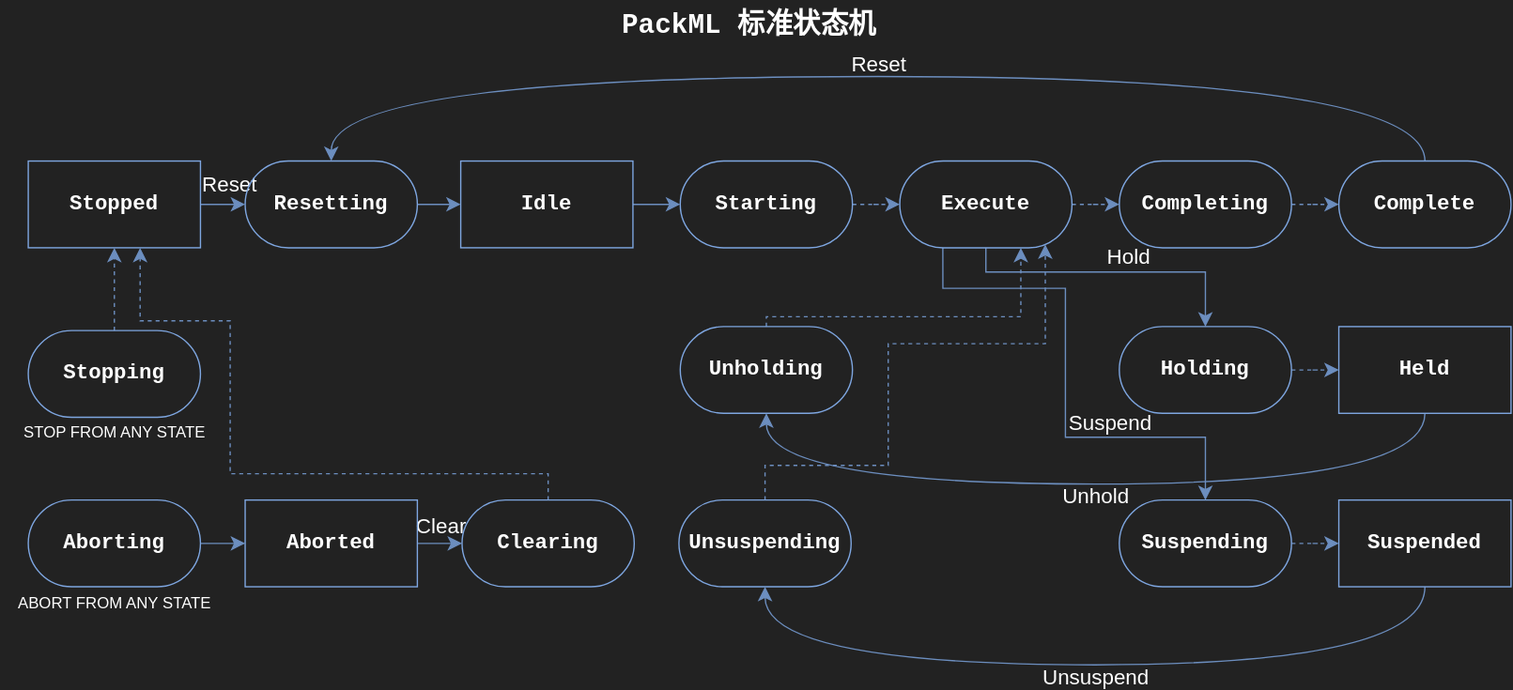
Stolorzs/Picgo keeps this draw.io diagram as drawio/PackMLState.svg. Above is the earlier version. Source tidied: cells renumbered, new cells last; positions are measured from the earlier drawing's top-left corner, leaving out a move shared by most shapes.
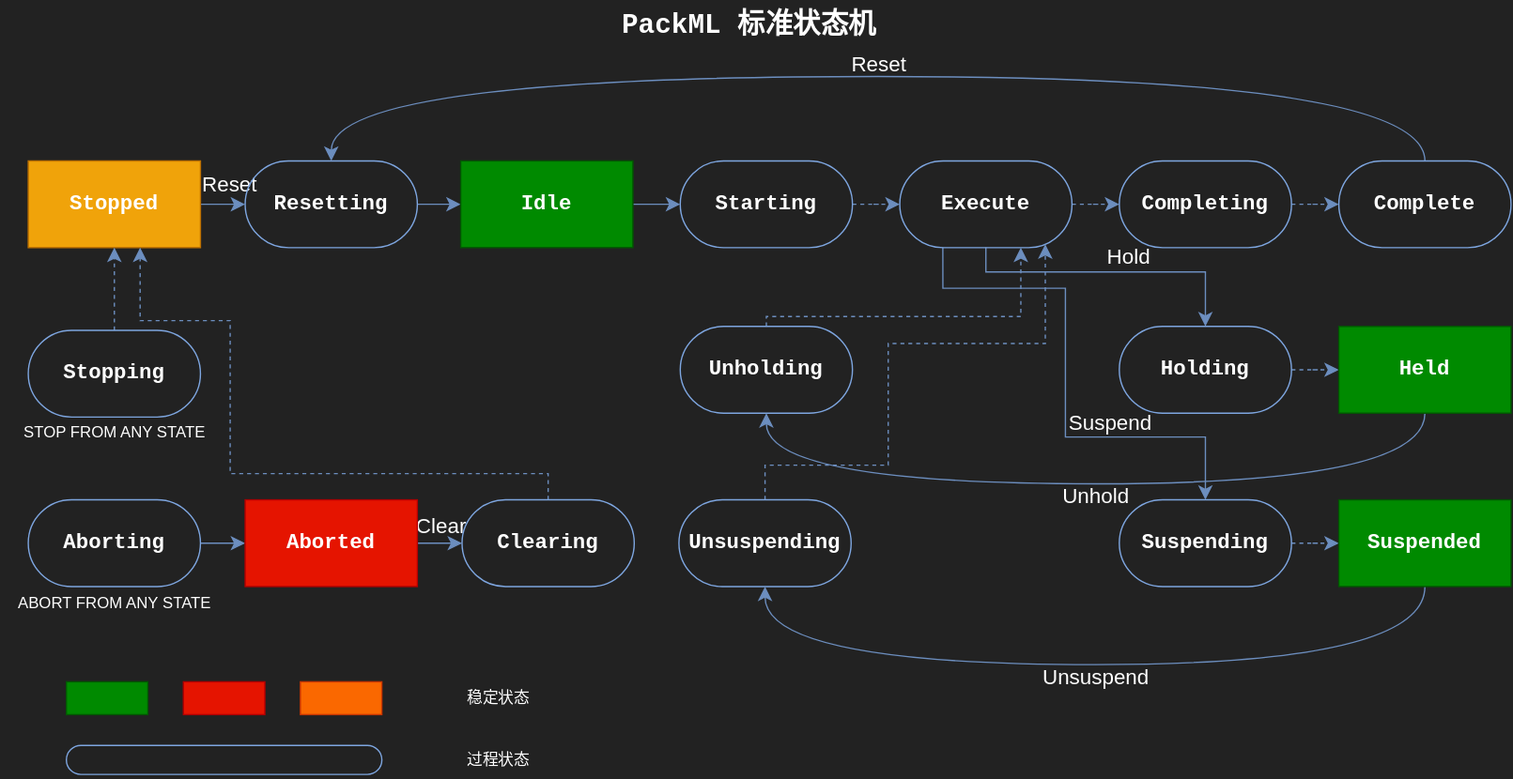
After the change.

What changed in the source:
```diff
@@ -10,7 +10,7 @@
         <mxPoint x="5" y="-15" as="offset" />
       </mxGeometry>
     </mxCell>
-    <mxCell id="4" value="&lt;font color=&quot;#ffffff&quot;&gt;&lt;span style=&quot;font-size: 16px;&quot;&gt;Stopped&lt;/span&gt;&lt;/font&gt;" style="rounded=0;whiteSpace=wrap;html=1;strokeColor=#7EA6E0;align=center;verticalAlign=middle;fontFamily=Courier New;fontSize=12;fontColor=default;fontStyle=1;labelBackgroundColor=none;fillColor=none;" parent="1" vertex="1">
+    <mxCell id="4" value="&lt;font color=&quot;#ffffff&quot;&gt;&lt;span style=&quot;font-size: 16px;&quot;&gt;Stopped&lt;/span&gt;&lt;/font&gt;" style="rounded=0;whiteSpace=wrap;html=1;strokeColor=#BD7000;align=center;verticalAlign=middle;fontFamily=Courier New;fontSize=12;fontColor=#000000;fontStyle=1;labelBackgroundColor=none;fillColor=#f0a30a;" parent="1" vertex="1">
       <mxGeometry x="21" y="122" width="131" height="66" as="geometry" />
     </mxCell>
     <mxCell id="5" style="edgeStyle=orthogonalEdgeStyle;shape=connector;rounded=0;jettySize=auto;html=1;strokeColor=#6c8ebf;align=center;verticalAlign=middle;fontFamily=Helvetica;fontSize=12;fontColor=default;labelBackgroundColor=default;startSize=8;endArrow=classic;endSize=8;fillColor=#dae8fc;" parent="1" edge="1" source="6" target="8">
@@ -22,7 +22,7 @@
     <mxCell id="7" style="edgeStyle=orthogonalEdgeStyle;shape=connector;rounded=0;jettySize=auto;html=1;strokeColor=#6c8ebf;align=center;verticalAlign=middle;fontFamily=Helvetica;fontSize=12;fontColor=default;labelBackgroundColor=default;startSize=8;endArrow=classic;endSize=8;fillColor=#dae8fc;" parent="1" edge="1" source="8" target="10">
       <mxGeometry relative="1" as="geometry" />
     </mxCell>
-    <mxCell id="8" value="&lt;font color=&quot;#ffffff&quot;&gt;&lt;span style=&quot;font-size: 16px;&quot;&gt;Idle&lt;/span&gt;&lt;/font&gt;" style="rounded=0;whiteSpace=wrap;html=1;strokeColor=#7EA6E0;align=center;verticalAlign=middle;fontFamily=Courier New;fontSize=12;fontColor=default;fontStyle=1;labelBackgroundColor=none;fillColor=none;" parent="1" vertex="1">
+    <mxCell id="8" value="&lt;font color=&quot;#ffffff&quot;&gt;&lt;span style=&quot;font-size: 16px;&quot;&gt;Idle&lt;/span&gt;&lt;/font&gt;" style="rounded=0;whiteSpace=wrap;html=1;strokeColor=#005700;align=center;verticalAlign=middle;fontFamily=Courier New;fontSize=12;fontColor=#ffffff;fontStyle=1;labelBackgroundColor=none;fillColor=#008a00;" parent="1" vertex="1">
       <mxGeometry x="350" y="122" width="131" height="66" as="geometry" />
     </mxCell>
     <mxCell id="9" style="edgeStyle=orthogonalEdgeStyle;shape=connector;rounded=0;jettySize=auto;html=1;strokeColor=#6c8ebf;align=center;verticalAlign=middle;fontFamily=Helvetica;fontSize=12;fontColor=default;labelBackgroundColor=default;startSize=8;endArrow=classic;endSize=8;fillColor=#dae8fc;dashed=1;" parent="1" edge="1" source="10" target="16">
@@ -107,7 +107,7 @@
         <mxPoint x="2" y="-12" as="offset" />
       </mxGeometry>
     </mxCell>
-    <mxCell id="28" value="&lt;font color=&quot;#ffffff&quot;&gt;&lt;span style=&quot;font-size: 16px;&quot;&gt;Aborted&lt;/span&gt;&lt;/font&gt;" style="rounded=0;whiteSpace=wrap;html=1;strokeColor=#7EA6E0;align=center;verticalAlign=middle;fontFamily=Courier New;fontSize=12;fontColor=default;fontStyle=1;labelBackgroundColor=none;fillColor=none;" parent="1" vertex="1">
+    <mxCell id="28" value="&lt;font color=&quot;#ffffff&quot;&gt;&lt;span style=&quot;font-size: 16px;&quot;&gt;Aborted&lt;/span&gt;&lt;/font&gt;" style="rounded=0;whiteSpace=wrap;html=1;strokeColor=#B20000;align=center;verticalAlign=middle;fontFamily=Courier New;fontSize=12;fontStyle=1;labelBackgroundColor=none;fillColor=#e51400;fontColor=#ffffff;" parent="1" vertex="1">
       <mxGeometry x="186" y="380" width="131" height="66" as="geometry" />
     </mxCell>
     <mxCell id="29" style="edgeStyle=orthogonalEdgeStyle;shape=connector;rounded=0;jettySize=auto;html=1;strokeColor=#6c8ebf;align=center;verticalAlign=middle;fontFamily=Helvetica;fontSize=12;fontColor=default;labelBackgroundColor=default;startSize=8;endArrow=classic;endSize=8;fillColor=#dae8fc;dashed=1;" parent="1" edge="1" source="30" target="4">
@@ -166,7 +166,7 @@
         <mxPoint x="8" y="7" as="offset" />
       </mxGeometry>
     </mxCell>
-    <mxCell id="39" value="&lt;div&gt;&lt;font color=&quot;#ffffff&quot;&gt;&lt;span style=&quot;font-size: 16px;&quot;&gt;Held&lt;/span&gt;&lt;/font&gt;&lt;/div&gt;" style="rounded=1;whiteSpace=wrap;html=1;strokeColor=#7EA6E0;align=center;verticalAlign=middle;fontFamily=Courier New;fontSize=12;fontColor=default;fontStyle=1;labelBackgroundColor=none;fillColor=none;roundedPerimeter=1;arcSize=0;" parent="1" vertex="1">
+    <mxCell id="39" value="&lt;div&gt;&lt;font color=&quot;#ffffff&quot;&gt;&lt;span style=&quot;font-size: 16px;&quot;&gt;Held&lt;/span&gt;&lt;/font&gt;&lt;/div&gt;" style="rounded=1;whiteSpace=wrap;html=1;strokeColor=#005700;align=center;verticalAlign=middle;fontFamily=Courier New;fontSize=12;fontColor=#ffffff;fontStyle=1;labelBackgroundColor=none;fillColor=#008a00;roundedPerimeter=1;arcSize=0;" parent="1" vertex="1">
       <mxGeometry x="1018" y="248" width="131" height="66" as="geometry" />
     </mxCell>
     <mxCell id="40" style="edgeStyle=orthogonalEdgeStyle;shape=connector;rounded=0;jettySize=auto;html=1;strokeColor=#6c8ebf;align=center;verticalAlign=middle;fontFamily=Helvetica;fontSize=12;fontColor=default;labelBackgroundColor=default;startSize=8;endArrow=classic;endSize=8;fillColor=#dae8fc;dashed=1;" parent="1" edge="1" source="41" target="45">
@@ -193,7 +193,7 @@
         <mxPoint x="8" y="12" as="offset" />
       </mxGeometry>
     </mxCell>
-    <mxCell id="45" value="&lt;div&gt;&lt;font color=&quot;#ffffff&quot;&gt;&lt;span style=&quot;font-size: 16px;&quot;&gt;Suspended&lt;/span&gt;&lt;/font&gt;&lt;/div&gt;" style="rounded=1;whiteSpace=wrap;html=1;strokeColor=#7EA6E0;align=center;verticalAlign=middle;fontFamily=Courier New;fontSize=12;fontColor=default;fontStyle=1;labelBackgroundColor=none;fillColor=none;roundedPerimeter=1;arcSize=0;" parent="1" vertex="1">
+    <mxCell id="45" value="&lt;div&gt;&lt;font color=&quot;#ffffff&quot;&gt;&lt;span style=&quot;font-size: 16px;&quot;&gt;Suspended&lt;/span&gt;&lt;/font&gt;&lt;/div&gt;" style="rounded=1;whiteSpace=wrap;html=1;strokeColor=#005700;align=center;verticalAlign=middle;fontFamily=Courier New;fontSize=12;fontColor=#ffffff;fontStyle=1;labelBackgroundColor=none;fillColor=#008a00;roundedPerimeter=1;arcSize=0;" parent="1" vertex="1">
       <mxGeometry x="1018" y="380" width="131" height="66" as="geometry" />
     </mxCell>
     <mxCell id="46" value="&lt;font color=&quot;#ffffff&quot;&gt;&lt;span style=&quot;font-size: 21px;&quot;&gt;PackML 标准状态机&lt;/span&gt;&lt;/font&gt;" style="text;html=1;align=center;verticalAlign=middle;strokeColor=none;fillColor=none;fontSize=12;fontFamily=Courier New;fontColor=default;fontStyle=1;labelBackgroundColor=none;" parent="1" vertex="1">
@@ -205,5 +205,23 @@
     <mxCell id="48" value="ABORT FROM ANY STATE" style="text;html=1;whiteSpace=wrap;strokeColor=none;fillColor=none;align=center;verticalAlign=middle;rounded=0;fontColor=#FFFFFF;" parent="1" vertex="1">
       <mxGeometry x="-0.2" y="444" width="173.5" height="30" as="geometry" />
     </mxCell>
+    <mxCell id="49" value="稳定状态" style="text;html=1;whiteSpace=wrap;strokeColor=none;fillColor=none;align=center;verticalAlign=middle;rounded=0;fontColor=#FFFFFF;" parent="1" vertex="1">
+      <mxGeometry x="305" y="516" width="148" height="30" as="geometry" />
+    </mxCell>
+    <mxCell id="50" style="rounded=0;whiteSpace=wrap;html=1;strokeColor=#005700;align=center;verticalAlign=middle;fontFamily=Courier New;fontSize=12;fontColor=#ffffff;fontStyle=1;labelBackgroundColor=none;fillColor=#008a00;" parent="1" vertex="1">
+      <mxGeometry x="50" y="518.5" width="62" height="25" as="geometry" />
+    </mxCell>
+    <mxCell id="51" style="rounded=0;whiteSpace=wrap;html=1;strokeColor=#B20000;align=center;verticalAlign=middle;fontFamily=Courier New;fontSize=12;fontColor=#ffffff;fontStyle=1;labelBackgroundColor=none;fillColor=#e51400;" parent="1" vertex="1">
+      <mxGeometry x="139" y="518.5" width="62" height="25" as="geometry" />
+    </mxCell>
+    <mxCell id="52" style="rounded=0;whiteSpace=wrap;html=1;strokeColor=#C73500;align=center;verticalAlign=middle;fontFamily=Courier New;fontSize=12;fontColor=#000000;fontStyle=1;labelBackgroundColor=none;fillColor=#fa6800;" parent="1" vertex="1">
+      <mxGeometry x="228" y="518.5" width="62" height="25" as="geometry" />
+    </mxCell>
+    <mxCell id="53" value=" " style="rounded=1;whiteSpace=wrap;html=1;strokeColor=#7EA6E0;align=center;verticalAlign=middle;fontFamily=Courier New;fontSize=12;fontColor=default;fontStyle=1;labelBackgroundColor=none;fillColor=none;roundedPerimeter=1;arcSize=50;" parent="1" vertex="1">
+      <mxGeometry x="50" y="567" width="240" height="22" as="geometry" />
+    </mxCell>
+    <mxCell id="54" value="过程状态" style="text;html=1;whiteSpace=wrap;strokeColor=none;fillColor=none;align=center;verticalAlign=middle;rounded=0;fontColor=#FFFFFF;" parent="1" vertex="1">
+      <mxGeometry x="305" y="563" width="148" height="30" as="geometry" />
+    </mxCell>
   </root>
 </mxGraphModel>
```
